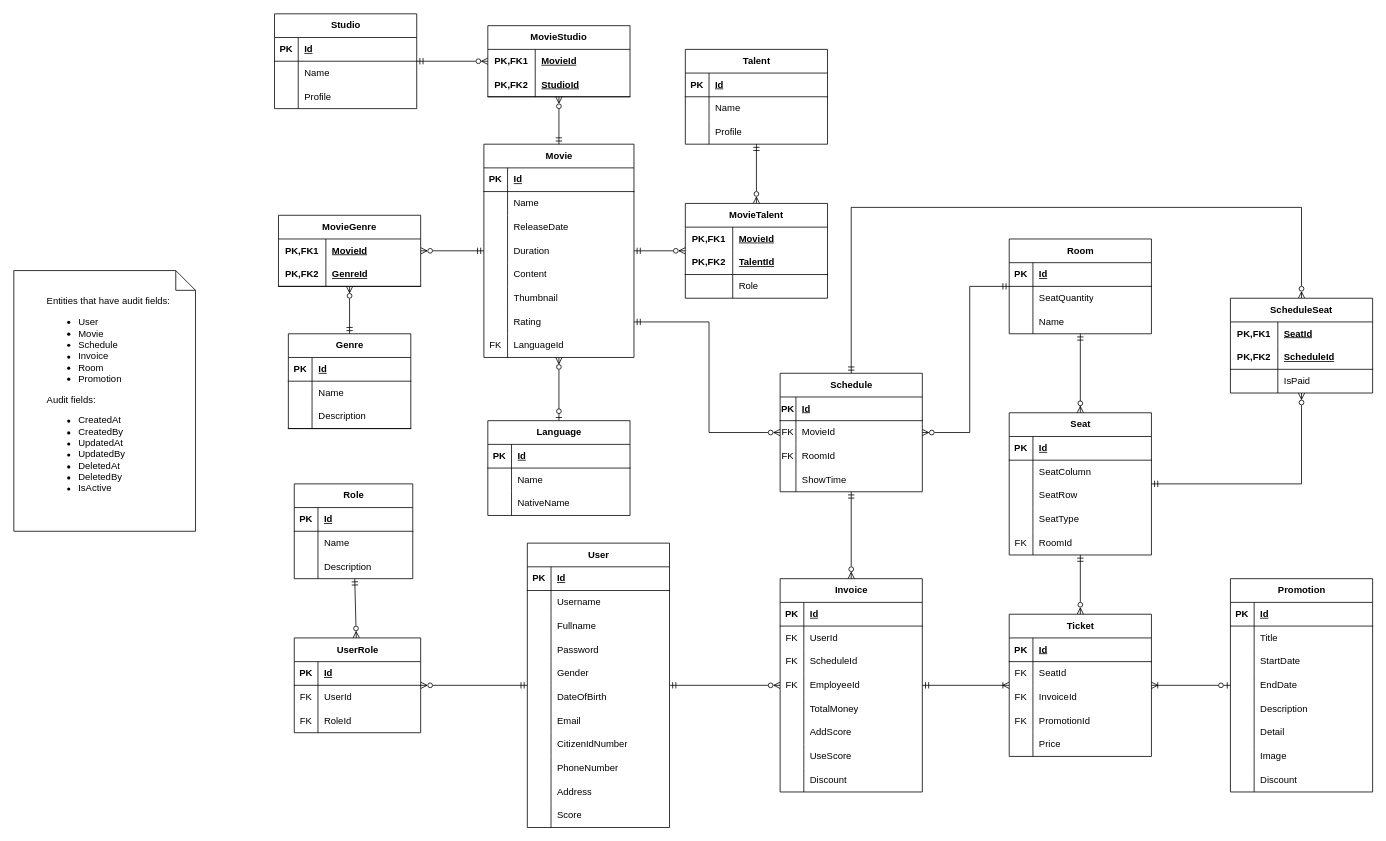
Above: design/database/ERD.drawio in MrAn1204/MovieManagementSystem (draw.io), before the change. Source tidied: cells renumbered, new cells numbered last; positions are measured from the earlier drawing's top-left corner, leaving out a move shared by most shapes. Both pictures are drawn from the tidied source at 79%, with x=0, y=0 at pixel (13, 13).
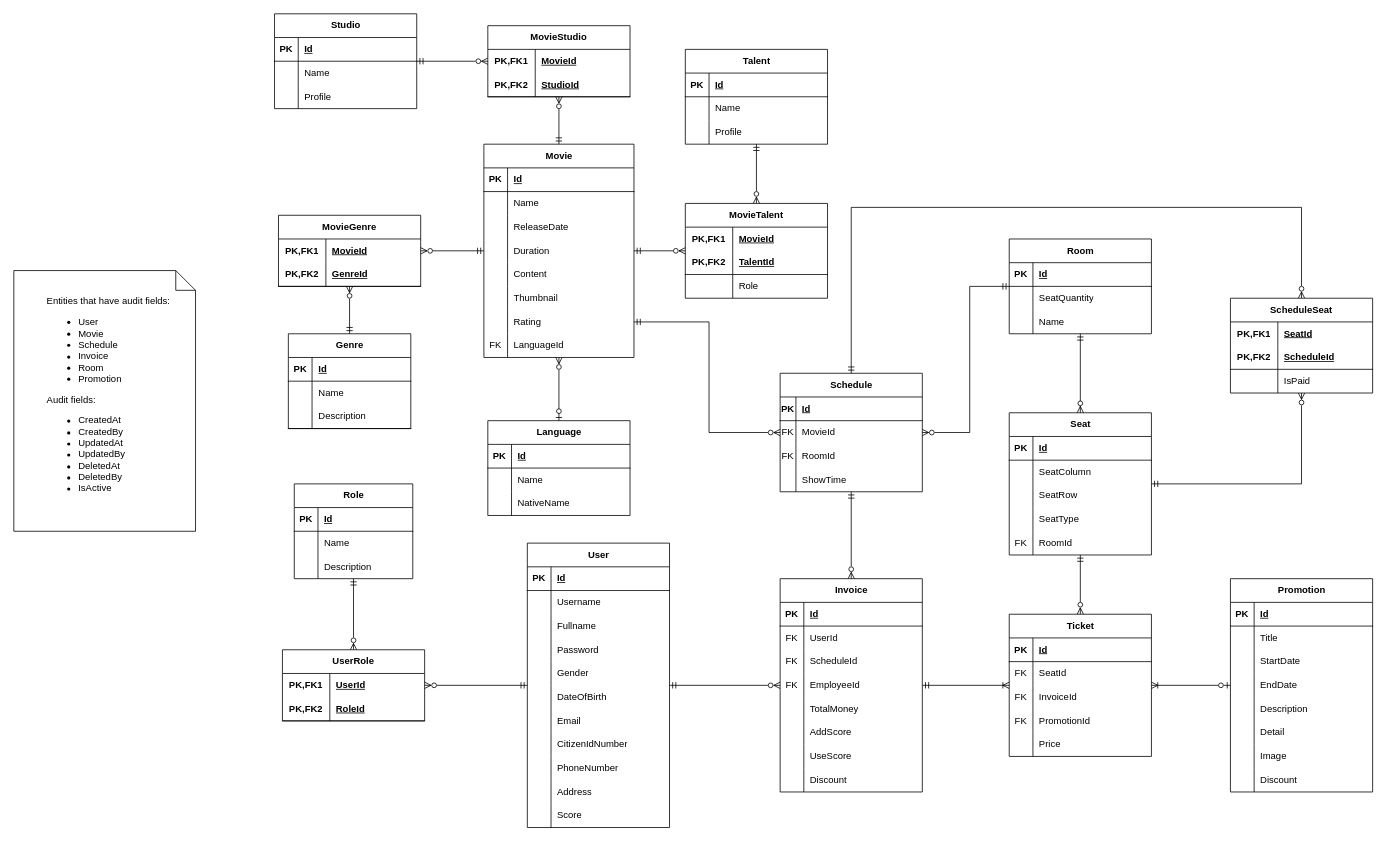
The same diagram, later.

Commit message (it also covers changes not shown here):
Fix a design mistake in UserRole table

What changed in the source:
```diff
@@
-    <mxCell id="140" value="UserRole" style="shape=table;startSize=30;childLayout=tableLayout;rowLines=0;fontStyle=1;align=center;html=1;" parent="1" vertex="1">
-      <mxGeometry x="355" y="790" width="160" height="120" as="geometry" />
-    </mxCell>
-    <mxCell id="141" style="shape=tableRow;horizontal=0;startSize=0;swimlaneHead=0;swimlaneBody=0;fillColor=none;top=0;left=0;right=0;bottom=1;" parent="140" vertex="1">
-      <mxGeometry y="30" width="160" height="30" as="geometry" />
-    </mxCell>
-    <mxCell id="142" value="PK" style="shape=partialRectangle;fillColor=none;top=0;left=0;bottom=0;right=0;fontStyle=1;overflow=hidden;whiteSpace=wrap;html=1;" parent="141" vertex="1">
-      <mxGeometry width="30" height="30" as="geometry" />
-    </mxCell>
-    <mxCell id="143" value="Id" style="shape=partialRectangle;fillColor=none;top=0;left=0;bottom=0;right=0;align=left;spacingLeft=6;fontStyle=5;overflow=hidden;whiteSpace=wrap;html=1;" parent="141" vertex="1">
-      <mxGeometry x="30" width="130" height="30" as="geometry" />
-    </mxCell>
-    <mxCell id="144" style="shape=tableRow;horizontal=0;startSize=0;swimlaneHead=0;swimlaneBody=0;fillColor=none;top=0;left=0;right=0;bottom=0;" parent="140" vertex="1">
-      <mxGeometry y="60" width="160" height="30" as="geometry" />
-    </mxCell>
-    <mxCell id="145" value="FK" style="shape=partialRectangle;fillColor=none;top=0;left=0;bottom=0;right=0;overflow=hidden;whiteSpace=wrap;html=1;" parent="144" vertex="1">
-      <mxGeometry width="30" height="30" as="geometry" />
-    </mxCell>
-    <mxCell id="146" value="UserId" style="shape=partialRectangle;fillColor=none;top=0;left=0;bottom=0;right=0;align=left;spacingLeft=6;overflow=hidden;whiteSpace=wrap;html=1;" parent="144" vertex="1">
-      <mxGeometry x="30" width="130" height="30" as="geometry" />
-    </mxCell>
-    <mxCell id="147" style="shape=tableRow;horizontal=0;startSize=0;swimlaneHead=0;swimlaneBody=0;fillColor=none;top=0;left=0;right=0;bottom=0;" parent="140" vertex="1">
-      <mxGeometry y="90" width="160" height="30" as="geometry" />
-    </mxCell>
-    <mxCell id="148" value="FK" style="shape=partialRectangle;fillColor=none;top=0;left=0;bottom=0;right=0;overflow=hidden;whiteSpace=wrap;html=1;" parent="147" vertex="1">
-      <mxGeometry width="30" height="30" as="geometry" />
-    </mxCell>
-    <mxCell id="149" value="RoleId" style="shape=partialRectangle;fillColor=none;top=0;left=0;bottom=0;right=0;align=left;spacingLeft=6;overflow=hidden;whiteSpace=wrap;html=1;" parent="147" vertex="1">
-      <mxGeometry x="30" width="130" height="30" as="geometry" />
-    </mxCell>
@@
+    <mxCell id="140" value="UserRole" style="shape=table;startSize=30;childLayout=tableLayout;rowLines=0;fontStyle=1;align=center;html=1;whiteSpace=wrap;" parent="1" vertex="1">
+      <mxGeometry x="340" y="805" width="180" height="90" as="geometry" />
+    </mxCell>
+    <mxCell id="280" style="shape=tableRow;horizontal=0;startSize=0;swimlaneHead=0;swimlaneBody=0;fillColor=none;top=0;left=0;right=0;bottom=0;html=1;" parent="140" vertex="1">
+      <mxGeometry y="30" width="180" height="30" as="geometry" />
+    </mxCell>
+    <mxCell id="281" value="PK,FK1" style="shape=partialRectangle;fillColor=none;top=0;left=0;bottom=0;right=0;fontStyle=1;overflow=hidden;html=1;whiteSpace=wrap;" parent="280" vertex="1">
+      <mxGeometry width="60" height="30" as="geometry" />
+    </mxCell>
+    <mxCell id="146" value="UserId" style="shape=partialRectangle;fillColor=none;top=0;left=0;bottom=0;right=0;align=left;spacingLeft=6;fontStyle=5;overflow=hidden;html=1;whiteSpace=wrap;" parent="280" vertex="1">
+      <mxGeometry x="60" width="120" height="30" as="geometry" />
+    </mxCell>
+    <mxCell id="282" style="shape=tableRow;horizontal=0;startSize=0;swimlaneHead=0;swimlaneBody=0;fillColor=none;top=0;left=0;right=0;bottom=1;html=1;" parent="140" vertex="1">
+      <mxGeometry y="60" width="180" height="30" as="geometry" />
+    </mxCell>
+    <mxCell id="283" value="PK,FK2" style="shape=partialRectangle;fillColor=none;top=0;left=0;bottom=0;right=0;fontStyle=1;overflow=hidden;html=1;whiteSpace=wrap;" parent="282" vertex="1">
+      <mxGeometry width="60" height="30" as="geometry" />
+    </mxCell>
+    <mxCell id="149" value="RoleId" style="shape=partialRectangle;fillColor=none;top=0;left=0;bottom=0;right=0;align=left;spacingLeft=6;fontStyle=5;overflow=hidden;html=1;whiteSpace=wrap;" parent="282" vertex="1">
+      <mxGeometry x="60" width="120" height="30" as="geometry" />
+    </mxCell>
```
